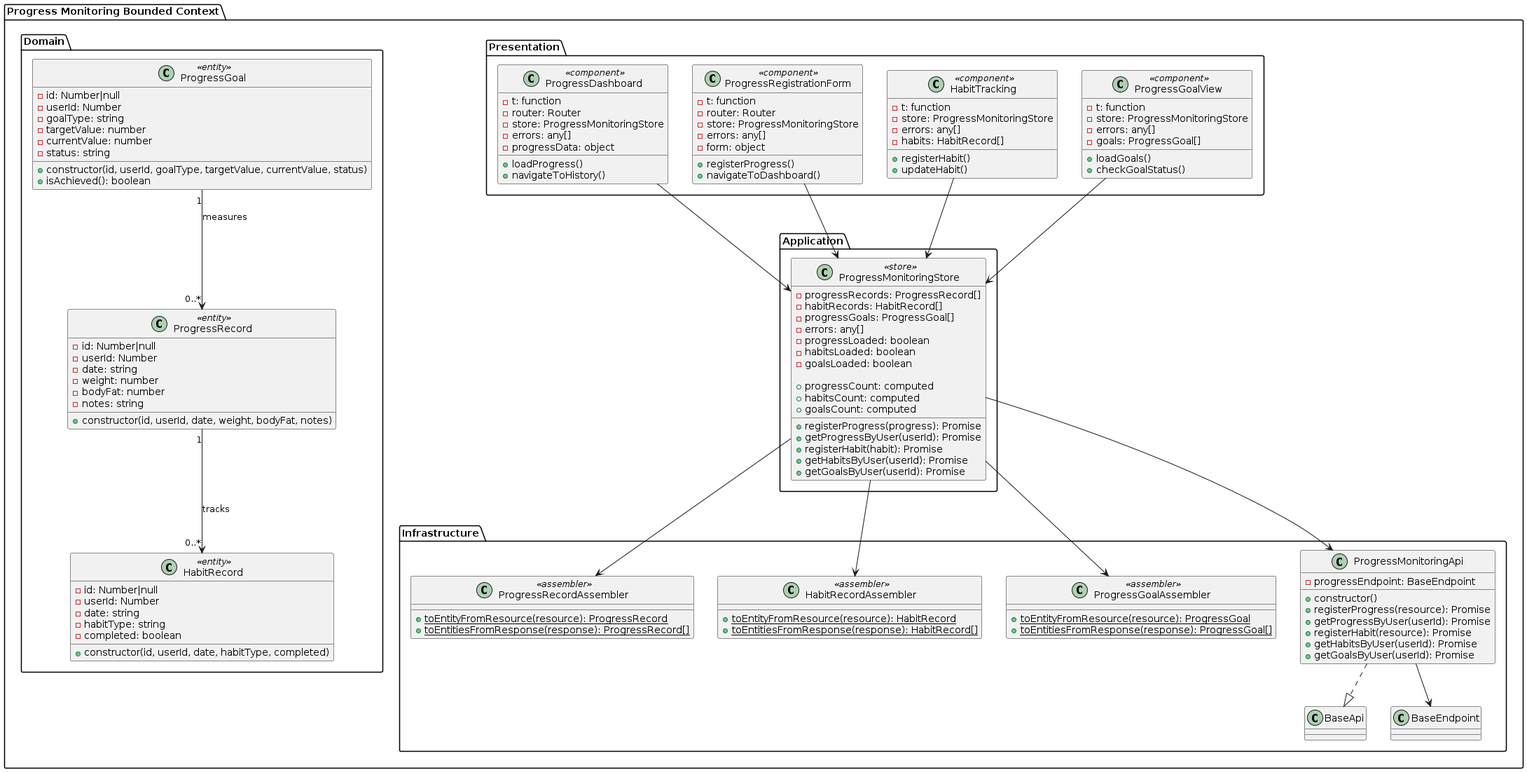
This is assets/images/progress-uml.png from 1ASI0730-2620-16129-G2-NutriStartup/Report, a PlantUML export, as it was before one commit.
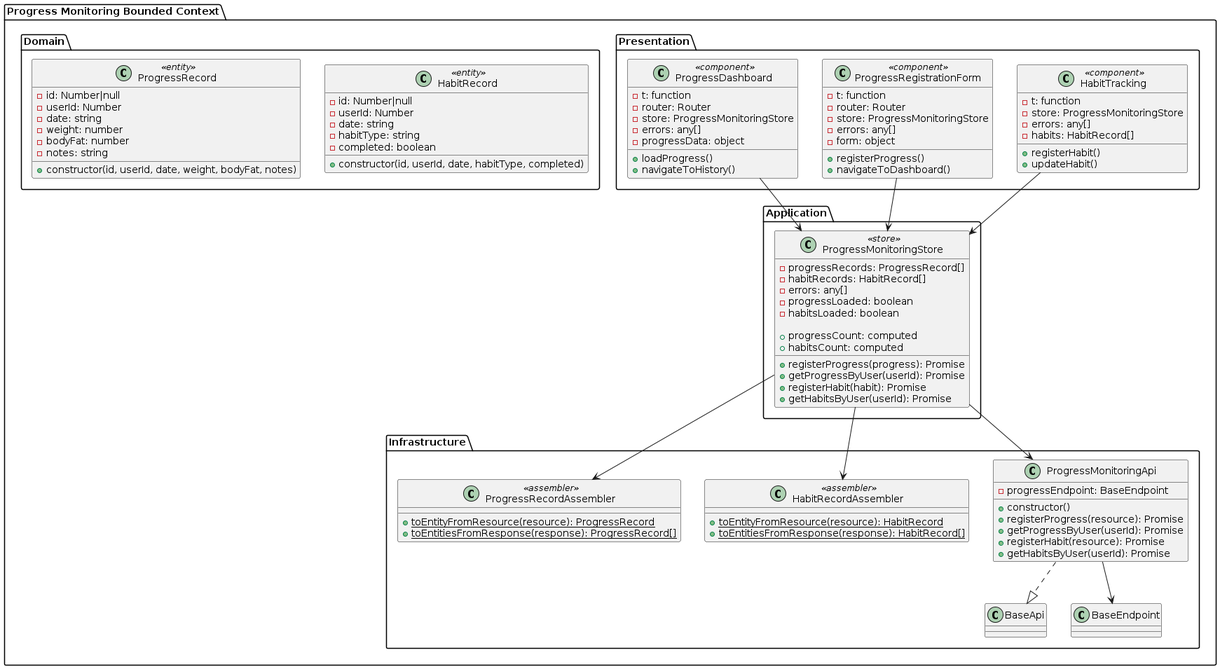
After the change.

Commit message:
docs: update Class Diagrams 2

Change to the diagram source:
```diff
@@ -21,20 +21,6 @@
             - completed: boolean
             + constructor(id, userId, date, habitType, completed)
         }
-
-        class ProgressGoal <<entity>> {
-            - id: Number|null
-            - userId: Number
-            - goalType: string
-            - targetValue: number
-            - currentValue: number
-            - status: string
-            + constructor(id, userId, goalType, targetValue, currentValue, status)
-            + isAchieved(): boolean
-        }
-
-        ProgressRecord "1" --> "0..*" HabitRecord : tracks
-        ProgressGoal "1" --> "0..*" ProgressRecord : measures
     }
 
 
@@ -50,11 +36,6 @@
             + {static} toEntitiesFromResponse(response): HabitRecord[]
         }
 
-        class ProgressGoalAssembler <<assembler>> {
-            + {static} toEntityFromResource(resource): ProgressGoal
-            + {static} toEntitiesFromResponse(response): ProgressGoal[]
-        }
-
         class ProgressMonitoringApi {
             - progressEndpoint: BaseEndpoint
             + constructor()
@@ -62,7 +43,6 @@
             + getProgressByUser(userId): Promise
             + registerHabit(resource): Promise
             + getHabitsByUser(userId): Promise
-            + getGoalsByUser(userId): Promise
         }
 
         ProgressMonitoringApi ..|> BaseApi
@@ -75,27 +55,22 @@
         class ProgressMonitoringStore <<store>> {
             - progressRecords: ProgressRecord[]
             - habitRecords: HabitRecord[]
-            - progressGoals: ProgressGoal[]
             - errors: any[]
             - progressLoaded: boolean
             - habitsLoaded: boolean
-            - goalsLoaded: boolean
 
             + progressCount: computed
             + habitsCount: computed
-            + goalsCount: computed
 
             + registerProgress(progress): Promise
             + getProgressByUser(userId): Promise
             + registerHabit(habit): Promise
             + getHabitsByUser(userId): Promise
-            + getGoalsByUser(userId): Promise
         }
 
         ProgressMonitoringStore --> ProgressMonitoringApi
         ProgressMonitoringStore --> ProgressRecordAssembler
         ProgressMonitoringStore --> HabitRecordAssembler
-        ProgressMonitoringStore --> ProgressGoalAssembler
     }
 
 
@@ -130,19 +105,9 @@
             + updateHabit()
         }
 
-        class ProgressGoalView <<component>> {
-            - t: function
-            - store: ProgressMonitoringStore
-            - errors: any[]
-            - goals: ProgressGoal[]
-            + loadGoals()
-            + checkGoalStatus()
-        }
-
         ProgressDashboard --> ProgressMonitoringStore
         ProgressRegistrationForm --> ProgressMonitoringStore
         HabitTracking --> ProgressMonitoringStore
-        ProgressGoalView --> ProgressMonitoringStore
     }
 }
 @enduml
```
